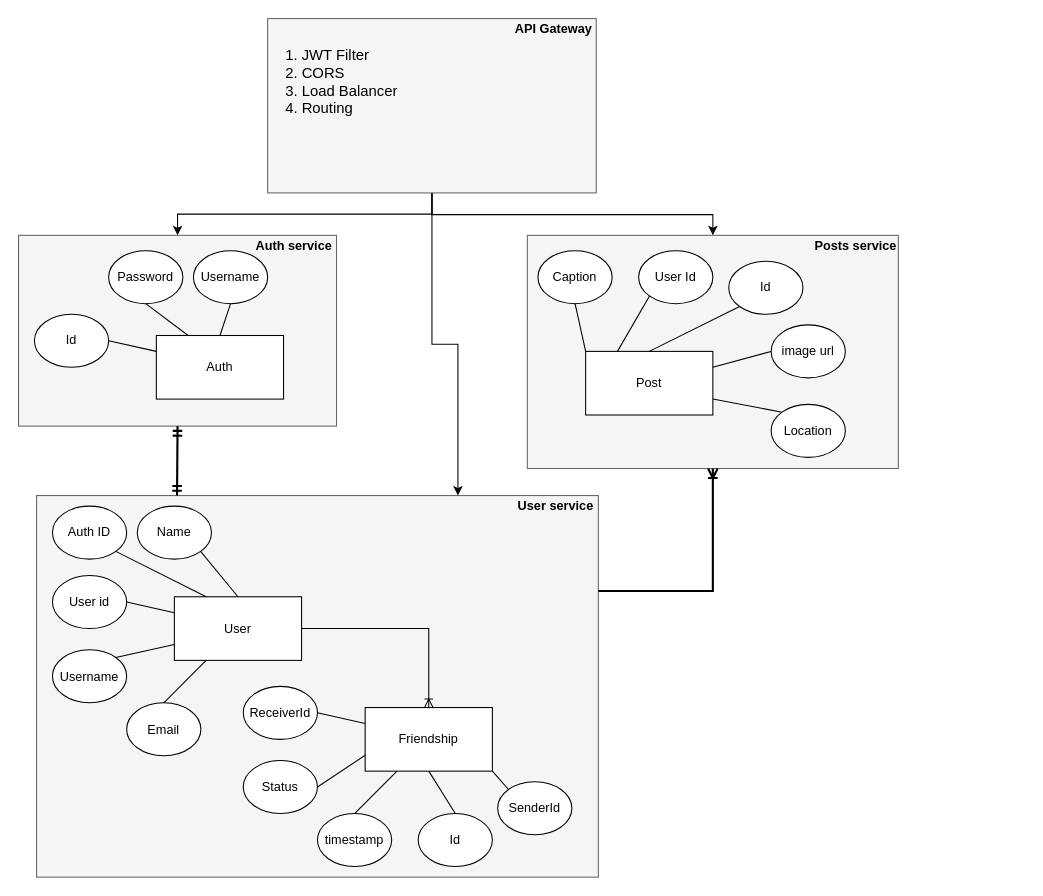
meethariya/Socio keeps this draw.io diagram as socio.drawio. Above is the earlier version. Source tidied: cells renumbered, new cells numbered last; positions are measured from the earlier drawing's top-left corner, leaving out a move shared by most shapes. Both pictures are drawn from the tidied source at 106%, with x=0, y=0 at pixel (18, 18).
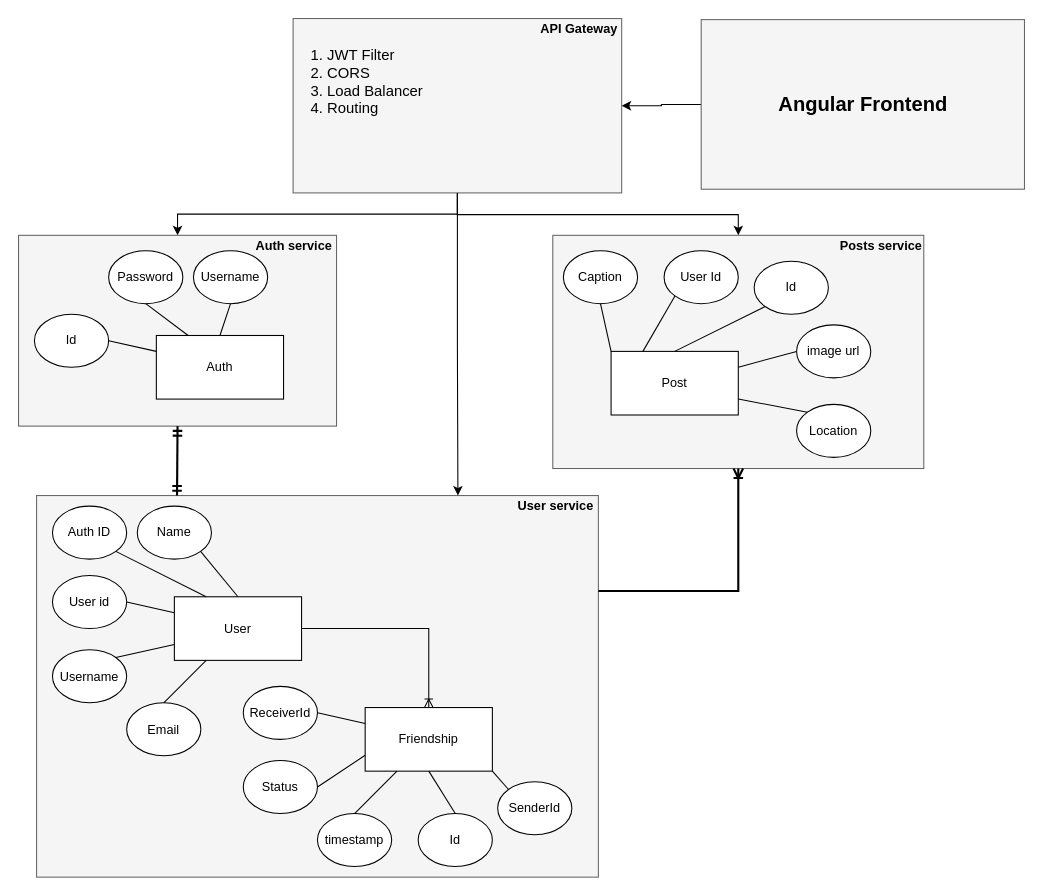
After the change.

The edit, as a diff of the source:
```diff
@@
     <mxCell id="2" style="rounded=0;whiteSpace=wrap;html=1;fillColor=#f5f5f5;fontColor=#333333;strokeColor=#666666;" parent="1" vertex="1">
-      <mxGeometry x="480" y="204.5" width="350" height="220" as="geometry" />
+      <mxGeometry x="504" y="204.5" width="350" height="220" as="geometry" />
     </mxCell>
@@
     <mxCell id="16" value="Post" style="rounded=0;whiteSpace=wrap;html=1;" parent="1" vertex="1">
-      <mxGeometry x="535" y="314" width="120" height="60" as="geometry" />
+      <mxGeometry x="559" y="314" width="120" height="60" as="geometry" />
     </mxCell>
     <mxCell id="17" value="Caption" style="ellipse;whiteSpace=wrap;html=1;" parent="1" vertex="1">
-      <mxGeometry x="490" y="219" width="70" height="50" as="geometry" />
+      <mxGeometry x="514" y="219" width="70" height="50" as="geometry" />
     </mxCell>
     <mxCell id="18" value="Location" style="ellipse;whiteSpace=wrap;html=1;" parent="1" vertex="1">
-      <mxGeometry x="710" y="364" width="70" height="50" as="geometry" />
+      <mxGeometry x="734" y="364" width="70" height="50" as="geometry" />
     </mxCell>
     <mxCell id="19" value="image url" style="ellipse;whiteSpace=wrap;html=1;" parent="1" vertex="1">
-      <mxGeometry x="710" y="289" width="70" height="50" as="geometry" />
+      <mxGeometry x="734" y="289" width="70" height="50" as="geometry" />
     </mxCell>
     <mxCell id="20" value="User Id" style="ellipse;whiteSpace=wrap;html=1;" parent="1" vertex="1">
-      <mxGeometry x="585" y="219" width="70" height="50" as="geometry" />
+      <mxGeometry x="609" y="219" width="70" height="50" as="geometry" />
     </mxCell>
     <mxCell id="21" value="Id" style="ellipse;whiteSpace=wrap;html=1;" parent="1" vertex="1">
-      <mxGeometry x="670" y="229" width="70" height="50" as="geometry" />
+      <mxGeometry x="694" y="229" width="70" height="50" as="geometry" />
     </mxCell>
@@
     <mxCell id="49" value="&lt;b&gt;Posts service&lt;/b&gt;" style="text;html=1;align=center;verticalAlign=middle;whiteSpace=wrap;rounded=0;" parent="1" vertex="1">
-      <mxGeometry x="750" y="204.5" width="80" height="20" as="geometry" />
+      <mxGeometry x="774" y="204.5" width="80" height="20" as="geometry" />
     </mxCell>
@@
     <mxCell id="53" style="rounded=0;whiteSpace=wrap;html=1;fillColor=#f5f5f5;fontColor=#333333;strokeColor=#666666;" parent="1" vertex="1">
-      <mxGeometry x="235" width="310" height="164.5" as="geometry" />
+      <mxGeometry x="259" width="310" height="164.5" as="geometry" />
     </mxCell>
     <mxCell id="54" value="&lt;b&gt;API Gateway&lt;/b&gt;" style="text;html=1;align=center;verticalAlign=middle;whiteSpace=wrap;rounded=0;" parent="1" vertex="1">
-      <mxGeometry x="465" width="80" height="20" as="geometry" />
+      <mxGeometry x="489" width="80" height="20" as="geometry" />
     </mxCell>
     <mxCell id="55" style="edgeStyle=orthogonalEdgeStyle;rounded=0;jettySize=auto;html=1;entryX=0.5;entryY=0;entryDx=0;entryDy=0;exitX=0.5;exitY=1;exitDx=0;exitDy=0;" parent="1" edge="1" source="53" target="2">
       <mxGeometry relative="1" as="geometry">
         <Array as="points">
-          <mxPoint x="390" y="185" />
-          <mxPoint x="655" y="185" />
+          <mxPoint x="414" y="185" />
+          <mxPoint x="679" y="185" />
         </Array>
       </mxGeometry>
     </mxCell>
     <mxCell id="56" value="&lt;font style=&quot;font-size: 14px;&quot;&gt;1. JWT Filter&lt;/font&gt;&lt;div&gt;&lt;font style=&quot;font-size: 14px;&quot;&gt;2. CORS&lt;/font&gt;&lt;/div&gt;&lt;div&gt;&lt;font style=&quot;font-size: 14px;&quot;&gt;3. Load Balancer&lt;/font&gt;&lt;/div&gt;&lt;div&gt;&lt;font style=&quot;font-size: 14px;&quot;&gt;4. Routing&lt;/font&gt;&lt;/div&gt;" style="text;html=1;align=left;verticalAlign=top;whiteSpace=wrap;rounded=0;" parent="1" vertex="1">
-      <mxGeometry x="250" y="19.5" width="285" height="125" as="geometry" />
+      <mxGeometry x="274" y="19.5" width="285" height="125" as="geometry" />
     </mxCell>
+    <mxCell id="57" style="edgeStyle=orthogonalEdgeStyle;rounded=0;jettySize=auto;html=1;entryX=1;entryY=0.5;entryDx=0;entryDy=0;" parent="1" edge="1" source="58" target="53">
+      <mxGeometry relative="1" as="geometry" />
+    </mxCell>
+    <mxCell id="58" style="rounded=0;whiteSpace=wrap;html=1;fillColor=#f5f5f5;fontColor=#333333;strokeColor=#666666;" parent="1" vertex="1">
+      <mxGeometry x="644" y="1" width="305" height="160" as="geometry" />
+    </mxCell>
+    <mxCell id="59" value="&lt;font style=&quot;font-size: 19px;&quot;&gt;&lt;b style=&quot;&quot;&gt;Angular Frontend&lt;/b&gt;&lt;/font&gt;" style="text;html=1;align=center;verticalAlign=middle;whiteSpace=wrap;rounded=0;" parent="1" vertex="1">
+      <mxGeometry x="711.5" y="52.2" width="170" height="60" as="geometry" />
+    </mxCell>
```
